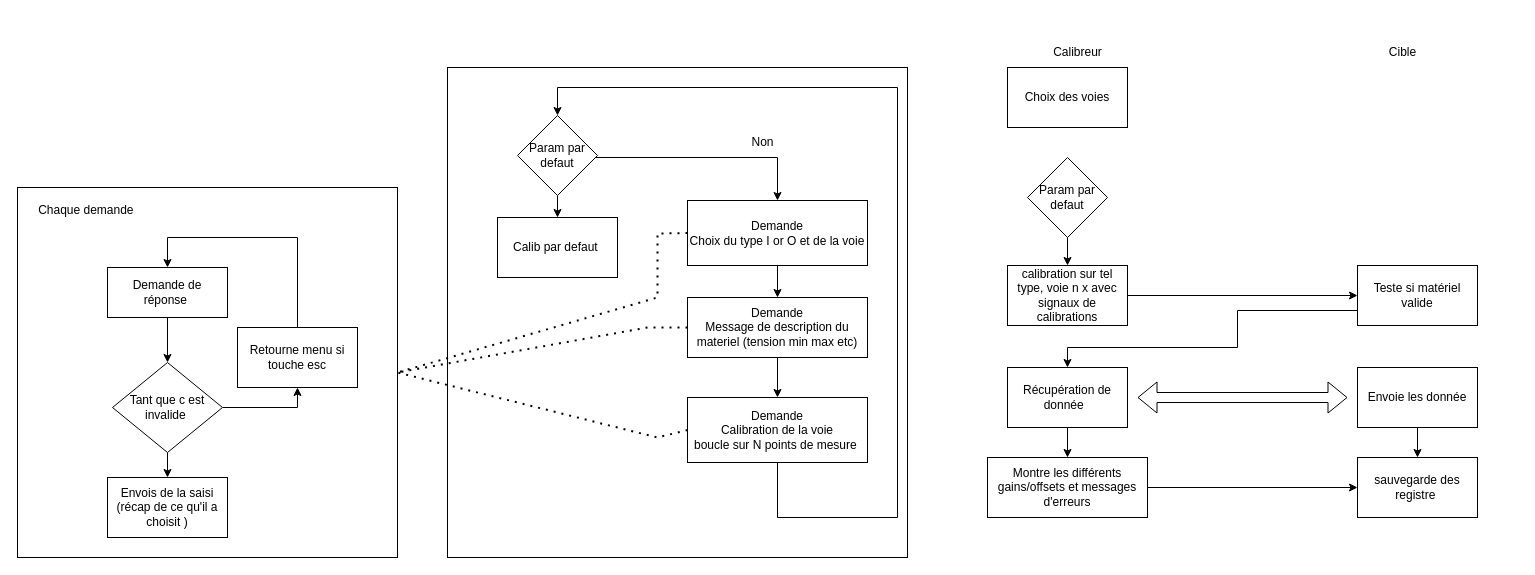
Before: Auto_Calib.drawio in Floriangit12/Bureau_Etude, a draw.io diagram. Source tidied: cells renumbered, new cells numbered last; positions are measured from the earlier drawing's top-left corner, leaving out a move shared by most shapes. Both pictures are drawn from the tidied source at 100%, with x=0, y=0 at pixel (17, 37).
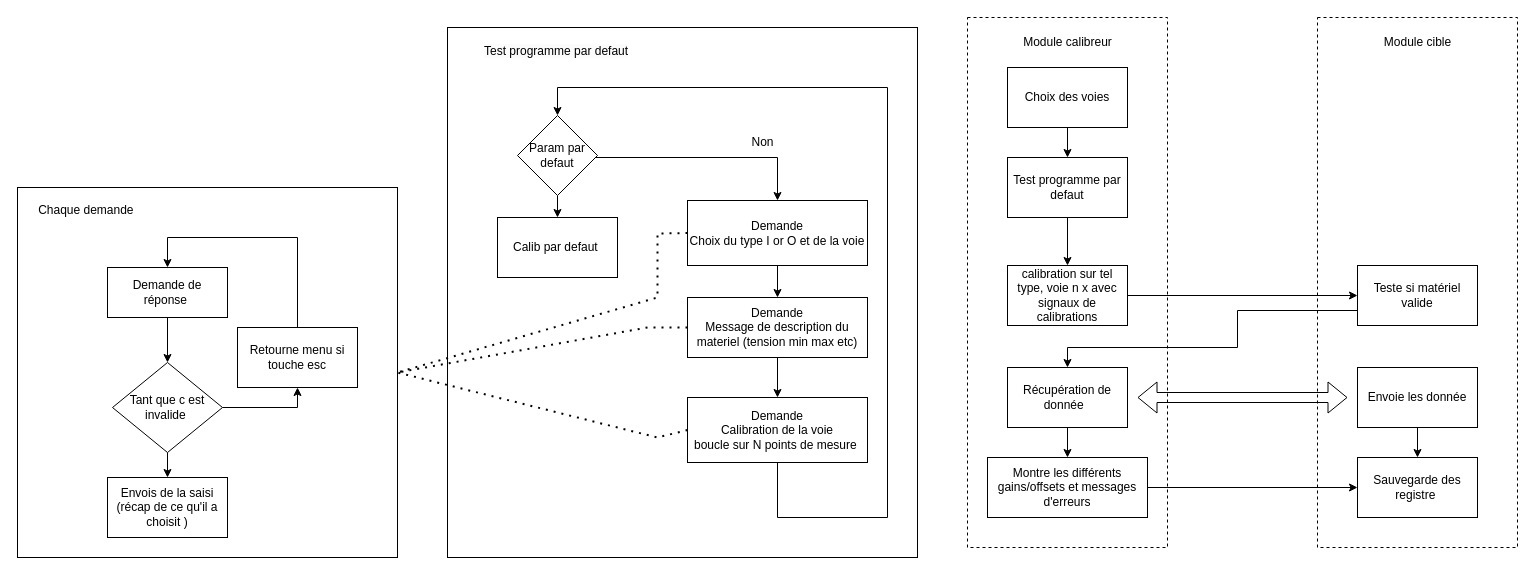
The same page after the edit.

Commit message:
Mettre à jour Auto_Calib.drawio

The change refers to these unchanged cells:
```xml
<mxCell id="7" value="Demande&lt;br&gt;Calibration de la voie&lt;br&gt;boucle sur N points de mesure&amp;nbsp;" style="rounded=0;whiteSpace=wrap;html=1;" parent="1" vertex="1">
  <mxGeometry x="670" y="360" width="180" height="65" as="geometry" />
</mxCell>
<mxCell id="23" value="calibration sur tel type, voie n x avec signaux de calibrations" style="rounded=0;whiteSpace=wrap;html=1;" parent="1" vertex="1">
  <mxGeometry x="990" y="228" width="120" height="60" as="geometry" />
</mxCell>
<mxCell id="41" value="Param par defaut" style="rhombus;whiteSpace=wrap;html=1;" parent="1" vertex="1">
  <mxGeometry x="500" y="78" width="80" height="80" as="geometry" />
</mxCell>
<mxCell id="42" value="Choix des voies" style="whiteSpace=wrap;html=1;" parent="1" vertex="1">
  <mxGeometry x="990" y="30" width="120" height="60" as="geometry" />
</mxCell>
```

The edit, as a diff of the source:
```diff
@@
     <mxCell id="2" style="rounded=0;whiteSpace=wrap;html=1;fillColor=none;" parent="1" vertex="1">
-      <mxGeometry x="430" y="30" width="460" height="490" as="geometry" />
+      <mxGeometry x="430" y="-10" width="470" height="530" as="geometry" />
     </mxCell>
+    <mxCell id="45" style="rounded=0;whiteSpace=wrap;html=1;fillColor=none;dashed=1;" parent="1" vertex="1">
+      <mxGeometry x="1300" y="-20" width="200" height="530" as="geometry" />
+    </mxCell>
+    <mxCell id="46" style="rounded=0;whiteSpace=wrap;html=1;fillColor=none;dashed=1;" parent="1" vertex="1">
+      <mxGeometry x="950" y="-20" width="200" height="530" as="geometry" />
+    </mxCell>
@@
     <mxCell id="6" style="edgeStyle=orthogonalEdgeStyle;rounded=0;jettySize=auto;html=1;entryX=0.5;entryY=0;entryDx=0;entryDy=0;" parent="1" edge="1" source="7" target="41">
       <mxGeometry relative="1" as="geometry">
         <Array as="points">
           <mxPoint x="760" y="480" />
-          <mxPoint x="880" y="480" />
-          <mxPoint x="880" y="50" />
+          <mxPoint x="870" y="480" />
+          <mxPoint x="870" y="50" />
           <mxPoint x="540" y="50" />
         </Array>
       </mxGeometry>
     </mxCell>
@@
-    <mxCell id="24" value="Calibreur" style="text;html=1;align=center;verticalAlign=middle;strokeColor=none;fillColor=none;" parent="1" vertex="1">
-      <mxGeometry x="1025" width="70" height="30" as="geometry" />
+    <mxCell id="24" value="Module calibreur" style="text;html=1;align=center;verticalAlign=middle;strokeColor=none;fillColor=none;" parent="1" vertex="1">
+      <mxGeometry x="995" y="-10" width="110" height="30" as="geometry" />
     </mxCell>
-    <mxCell id="25" value="Cible" style="text;html=1;align=center;verticalAlign=middle;strokeColor=none;fillColor=none;" parent="1" vertex="1">
-      <mxGeometry x="1360" width="50" height="30" as="geometry" />
+    <mxCell id="25" value="Module cible" style="text;html=1;align=center;verticalAlign=middle;strokeColor=none;fillColor=none;" parent="1" vertex="1">
+      <mxGeometry x="1355" y="-10" width="90" height="30" as="geometry" />
     </mxCell>
@@
-    <mxCell id="33" value="sauvegarde des registre&amp;nbsp;" style="rounded=0;whiteSpace=wrap;html=1;" parent="1" vertex="1">
+    <mxCell id="33" value="Sauvegarde des registre&amp;nbsp;" style="rounded=0;whiteSpace=wrap;html=1;" parent="1" vertex="1">
       <mxGeometry x="1340" y="420" width="120" height="60" as="geometry" />
     </mxCell>
@@
-    <mxCell id="36" style="edgeStyle=orthogonalEdgeStyle;rounded=0;jettySize=auto;html=1;exitX=0.5;exitY=1;exitDx=0;exitDy=0;entryX=0.5;entryY=0;entryDx=0;entryDy=0;" parent="1" edge="1" source="37" target="23">
-      <mxGeometry relative="1" as="geometry" />
-    </mxCell>
-    <mxCell id="37" value="Param par defaut" style="rhombus;whiteSpace=wrap;html=1;" parent="1" vertex="1">
-      <mxGeometry x="1010" y="120" width="80" height="80" as="geometry" />
-    </mxCell>
@@
+    <mxCell id="47" style="edgeStyle=orthogonalEdgeStyle;rounded=0;jettySize=auto;html=1;" parent="1" edge="1" source="42" target="49">
+      <mxGeometry relative="1" as="geometry" />
+    </mxCell>
@@
+    <mxCell id="48" style="edgeStyle=orthogonalEdgeStyle;rounded=0;jettySize=auto;html=1;" parent="1" edge="1" source="49" target="23">
+      <mxGeometry relative="1" as="geometry" />
+    </mxCell>
+    <mxCell id="49" value="Test programme par defaut" style="whiteSpace=wrap;html=1;" parent="1" vertex="1">
+      <mxGeometry x="990" y="120" width="120" height="60" as="geometry" />
+    </mxCell>
+    <mxCell id="50" value="&lt;span style=&quot;color: rgb(0, 0, 0); font-family: Helvetica; font-size: 12px; font-style: normal; font-variant-ligatures: normal; font-variant-caps: normal; font-weight: 400; letter-spacing: normal; orphans: 2; text-align: center; text-indent: 0px; text-transform: none; widows: 2; word-spacing: 0px; -webkit-text-stroke-width: 0px; background-color: rgb(251, 251, 251); text-decoration-thickness: initial; text-decoration-style: initial; text-decoration-color: initial; float: none; display: inline !important;&quot;&gt;Test programme par defaut&lt;/span&gt;" style="text;whiteSpace=wrap;html=1;" parent="1" vertex="1">
+      <mxGeometry x="465" width="150" height="40" as="geometry" />
+    </mxCell>
```
